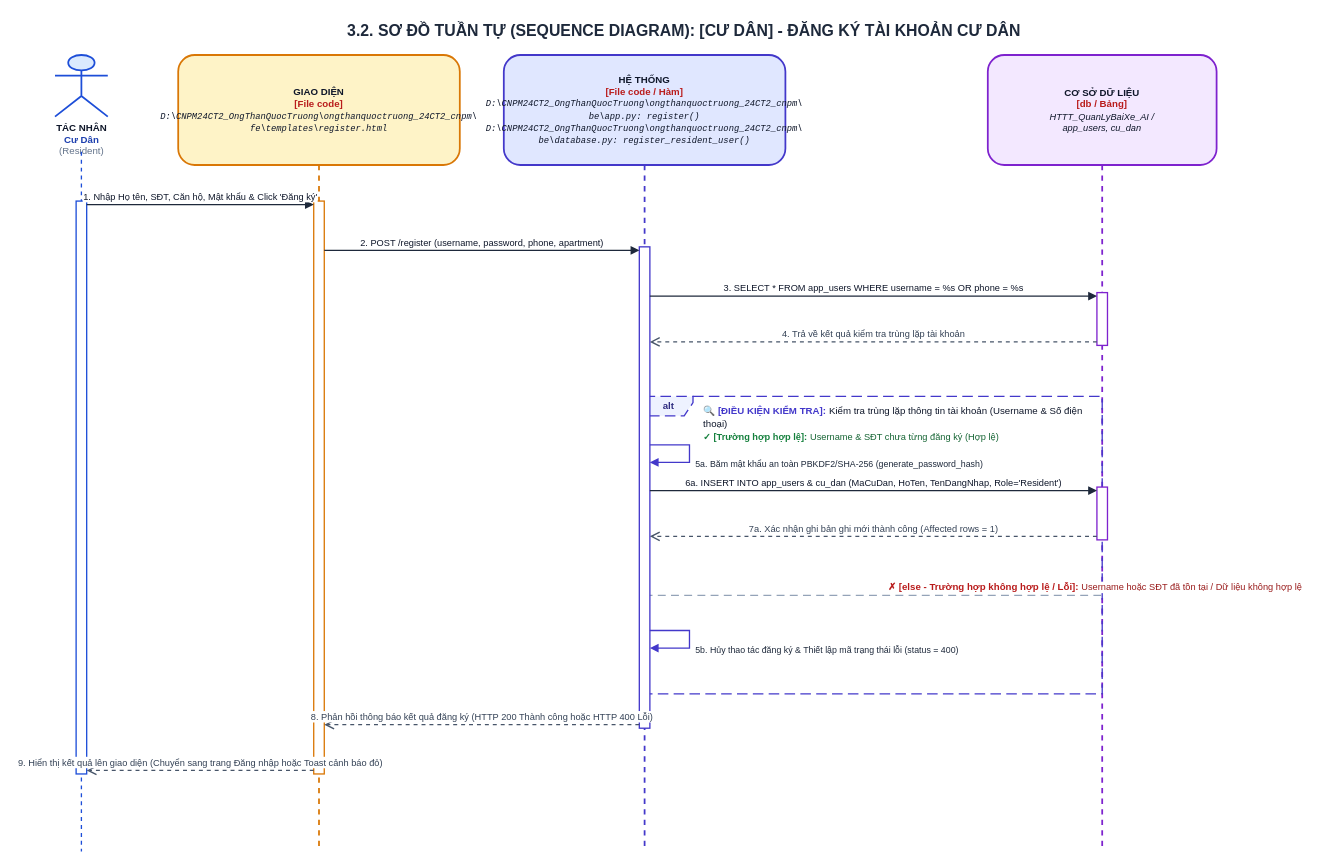
Above: ongthanquoctruong_24CT2_cnpm/docs/drawio/uc01_resident_register.drawio in Truong027/CNPM24 (draw.io), before the change. Source tidied: cells renumbered, new cells numbered last; positions are measured from the earlier drawing's top-left corner, leaving out a move shared by most shapes. Both pictures are drawn from the tidied source at 88%, with x=0, y=0 at pixel (46, 15).
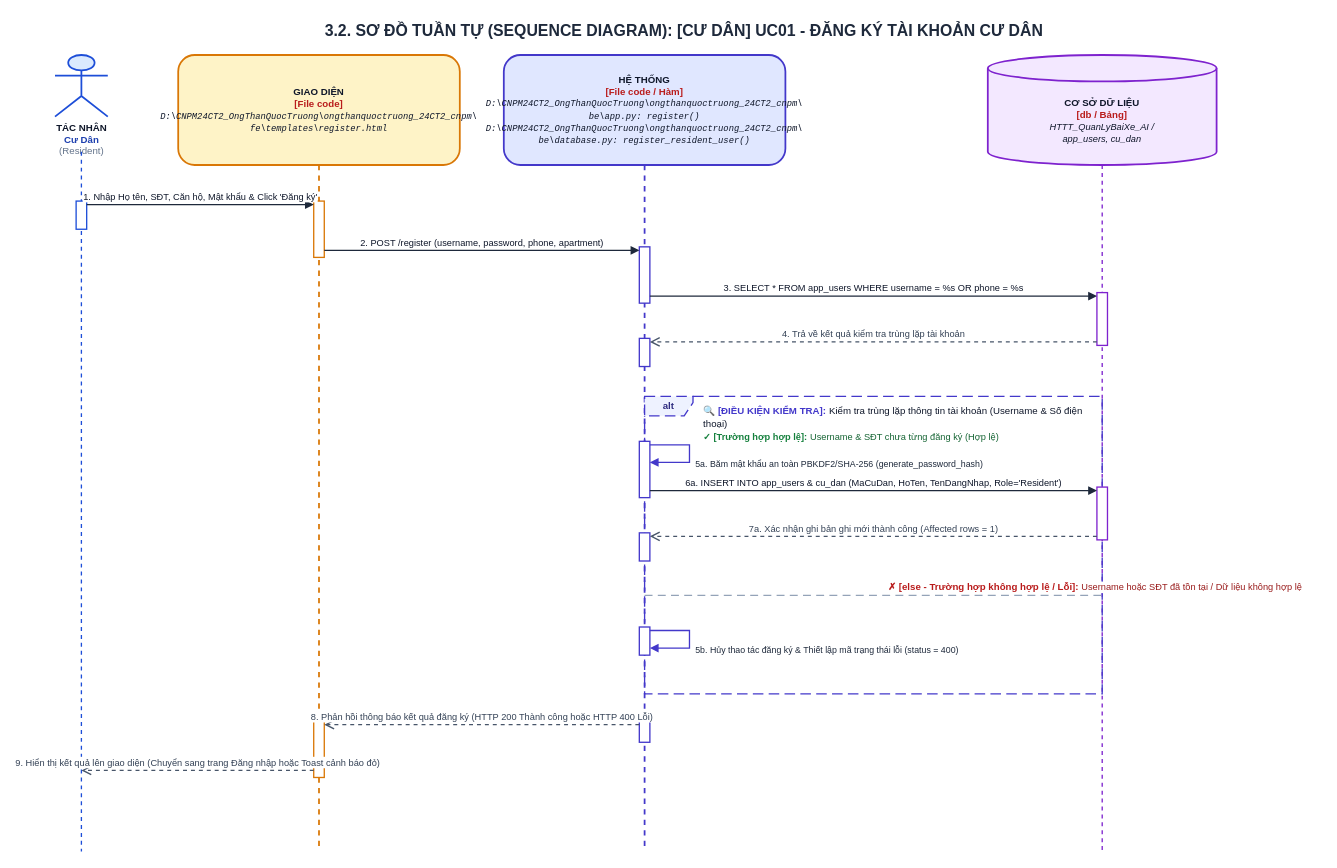
After the change.

Change to the diagram source:
```diff
@@
-    <mxCell id="2" value="&lt;b&gt;3.2. SƠ ĐỒ TUẦN TỰ (SEQUENCE DIAGRAM): [CƯ DÂN] - ĐĂNG KÝ TÀI KHOẢN CƯ DÂN&lt;/b&gt;" style="text;html=1;strokeColor=none;fillColor=none;align=center;verticalAlign=middle;whiteSpace=wrap;rounded=0;fontSize=18;fontColor=#1E293B;fontStyle=1;" parent="1" vertex="1">
+    <mxCell id="2" value="&lt;b&gt;3.2. SƠ ĐỒ TUẦN TỰ (SEQUENCE DIAGRAM): [CƯ DÂN] UC01 - ĐĂNG KÝ TÀI KHOẢN CƯ DÂN&lt;/b&gt;" style="text;html=1;strokeColor=none;fillColor=none;align=center;verticalAlign=middle;whiteSpace=wrap;rounded=0;fontSize=18;fontColor=#1E293B;fontStyle=1;" parent="1" vertex="1">
       <mxGeometry width="1450" height="35" as="geometry" />
     </mxCell>
@@
+    <mxCell id="26" value="&lt;b&gt;CƠ SỞ DỮ LIỆU&lt;/b&gt;&lt;br/&gt;&lt;font color='#B91C1C'&gt;&lt;b&gt;[db / Bảng]&lt;/b&gt;&lt;/font&gt;&lt;br/&gt;&lt;font style='font-size: 10.5px;'&gt;&lt;i&gt;HTTT_QuanLyBaiXe_AI /&lt;br/&gt;app_users, cu_dan&lt;/i&gt;&lt;/font&gt;" style="shape=cylinder3;whiteSpace=wrap;html=1;boundedLbl=1;backgroundOutline=1;size=15;fillColor=#F3E8FF;strokeColor=#7E22CE;strokeWidth=2;fontColor=#0F172A;align=center;fontSize=11;" parent="1" vertex="1">
+      <mxGeometry x="1070" y="45" width="260" height="125" as="geometry" />
+    </mxCell>
-    <mxCell id="7" value="&lt;b&gt;CƠ SỞ DỮ LIỆU&lt;/b&gt;&lt;br/&gt;&lt;font color='#B91C1C'&gt;&lt;b&gt;[db / Bảng]&lt;/b&gt;&lt;/font&gt;&lt;br/&gt;&lt;font style='font-size: 10.5px;'&gt;&lt;i&gt;HTTT_QuanLyBaiXe_AI /&lt;br/&gt;app_users, cu_dan&lt;/i&gt;&lt;/font&gt;" style="shape=umlLifeline;perimeter=lifelinePerimeter;whiteSpace=wrap;html=1;size=125;fillColor=#F3E8FF;strokeColor=#7E22CE;strokeWidth=2;fontColor=#0F172A;rounded=1;shadow=0;fontSize=11;align=center;" parent="1" vertex="1">
-      <mxGeometry x="1070" y="45" width="260" height="905" as="geometry" />
+    <mxCell id="7" style="endArrow=none;dashed=1;html=1;strokeWidth=1.5;strokeColor=#7E22CE;" parent="1" edge="1">
+      <mxGeometry relative="1" as="geometry">
+        <mxPoint x="1200" y="170" as="sourcePoint" />
+        <mxPoint x="1200" y="950" as="targetPoint" />
+      </mxGeometry>
     </mxCell>
@@
-    <mxCell id="11" style="html=1;perimeter=orthogonalPerimeter;targetShapes=umlLifeline;topToBottom=1;fillColor=#FFFFFF;strokeColor=#1D4ED8;strokeWidth=1.5;rounded=0;" parent="1" vertex="1">
-      <mxGeometry x="34" y="211" width="12" height="651" as="geometry" />
-    </mxCell>
-    <mxCell id="12" style="html=1;perimeter=orthogonalPerimeter;targetShapes=umlLifeline;topToBottom=1;fillColor=#FFFFFF;strokeColor=#D97706;strokeWidth=1.5;rounded=0;" parent="1" vertex="1">
-      <mxGeometry x="304" y="211" width="12" height="651" as="geometry" />
-    </mxCell>
-    <mxCell id="13" style="html=1;perimeter=orthogonalPerimeter;targetShapes=umlLifeline;topToBottom=1;fillColor=#FFFFFF;strokeColor=#4338CA;strokeWidth=1.5;rounded=0;" parent="1" vertex="1">
-      <mxGeometry x="674" y="263" width="12" height="547" as="geometry" />
-    </mxCell>
+    <mxCell id="27" style="html=1;perimeter=orthogonalPerimeter;targetShapes=umlLifeline;topToBottom=1;fillColor=#FFFFFF;strokeColor=#1D4ED8;strokeWidth=1.5;rounded=0;" parent="1" vertex="1">
+      <mxGeometry x="34" y="211" width="12" height="32" as="geometry" />
+    </mxCell>
+    <mxCell id="28" style="html=1;perimeter=orthogonalPerimeter;targetShapes=umlLifeline;topToBottom=1;fillColor=#FFFFFF;strokeColor=#D97706;strokeWidth=1.5;rounded=0;" parent="1" vertex="1">
+      <mxGeometry x="304" y="211" width="12" height="64" as="geometry" />
+    </mxCell>
+    <mxCell id="29" style="html=1;perimeter=orthogonalPerimeter;targetShapes=umlLifeline;topToBottom=1;fillColor=#FFFFFF;strokeColor=#D97706;strokeWidth=1.5;rounded=0;" parent="1" vertex="1">
+      <mxGeometry x="304" y="802" width="12" height="64" as="geometry" />
+    </mxCell>
+    <mxCell id="30" style="html=1;perimeter=orthogonalPerimeter;targetShapes=umlLifeline;topToBottom=1;fillColor=#FFFFFF;strokeColor=#4338CA;strokeWidth=1.5;rounded=0;" parent="1" vertex="1">
+      <mxGeometry x="674" y="263" width="12" height="64" as="geometry" />
+    </mxCell>
+    <mxCell id="31" style="html=1;perimeter=orthogonalPerimeter;targetShapes=umlLifeline;topToBottom=1;fillColor=#FFFFFF;strokeColor=#4338CA;strokeWidth=1.5;rounded=0;" parent="1" vertex="1">
+      <mxGeometry x="674" y="367" width="12" height="32" as="geometry" />
+    </mxCell>
+    <mxCell id="32" style="html=1;perimeter=orthogonalPerimeter;targetShapes=umlLifeline;topToBottom=1;fillColor=#FFFFFF;strokeColor=#4338CA;strokeWidth=1.5;rounded=0;" parent="1" vertex="1">
+      <mxGeometry x="674" y="484" width="12" height="64" as="geometry" />
+    </mxCell>
+    <mxCell id="33" style="html=1;perimeter=orthogonalPerimeter;targetShapes=umlLifeline;topToBottom=1;fillColor=#FFFFFF;strokeColor=#4338CA;strokeWidth=1.5;rounded=0;" parent="1" vertex="1">
+      <mxGeometry x="674" y="588" width="12" height="32" as="geometry" />
+    </mxCell>
+    <mxCell id="34" style="html=1;perimeter=orthogonalPerimeter;targetShapes=umlLifeline;topToBottom=1;fillColor=#FFFFFF;strokeColor=#4338CA;strokeWidth=1.5;rounded=0;" parent="1" vertex="1">
+      <mxGeometry x="674" y="695" width="12" height="32" as="geometry" />
+    </mxCell>
+    <mxCell id="35" style="html=1;perimeter=orthogonalPerimeter;targetShapes=umlLifeline;topToBottom=1;fillColor=#FFFFFF;strokeColor=#4338CA;strokeWidth=1.5;rounded=0;" parent="1" vertex="1">
+      <mxGeometry x="674" y="802" width="12" height="24" as="geometry" />
+    </mxCell>
@@
     <mxCell id="25" value="9. Hiển thị kết quả lên giao diện (Chuyển sang trang Đăng nhập hoặc Toast cảnh báo đỏ)" style="html=1;verticalAlign=bottom;endArrow=open;dashed=1;endSize=8;rounded=0;strokeColor=#475569;strokeWidth=1.5;fontColor=#334155;fontSize=10.5;" parent="1" edge="1">
       <mxGeometry relative="1" as="geometry">
         <mxPoint x="304" y="858" as="sourcePoint" />
-        <mxPoint x="46" y="858" as="targetPoint" />
+        <mxPoint x="40" y="858" as="targetPoint" />
       </mxGeometry>
     </mxCell>
```
